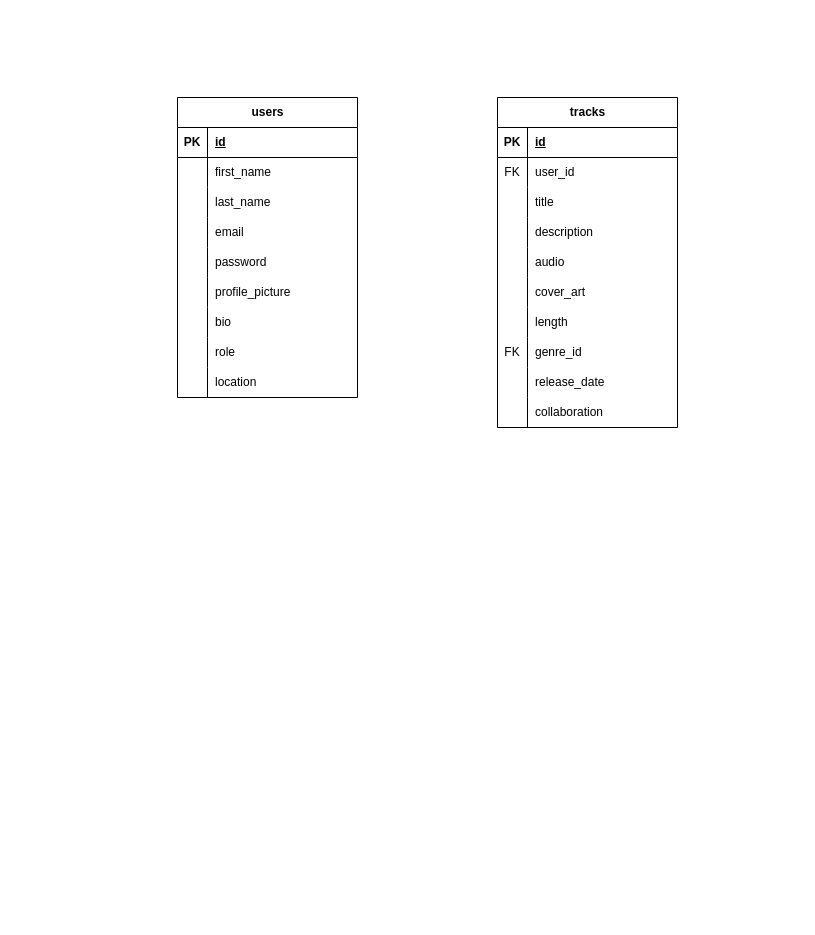
The draw.io diagram ERD.drawio in bitorsic/sek-jams, before the edit. Source tidied: cells renumbered, new cells numbered last; positions are measured from the earlier drawing's top-left corner, leaving out a move shared by most shapes. Both pictures are drawn from the tidied source at 100%, with x=0, y=0 at pixel (177, 97).
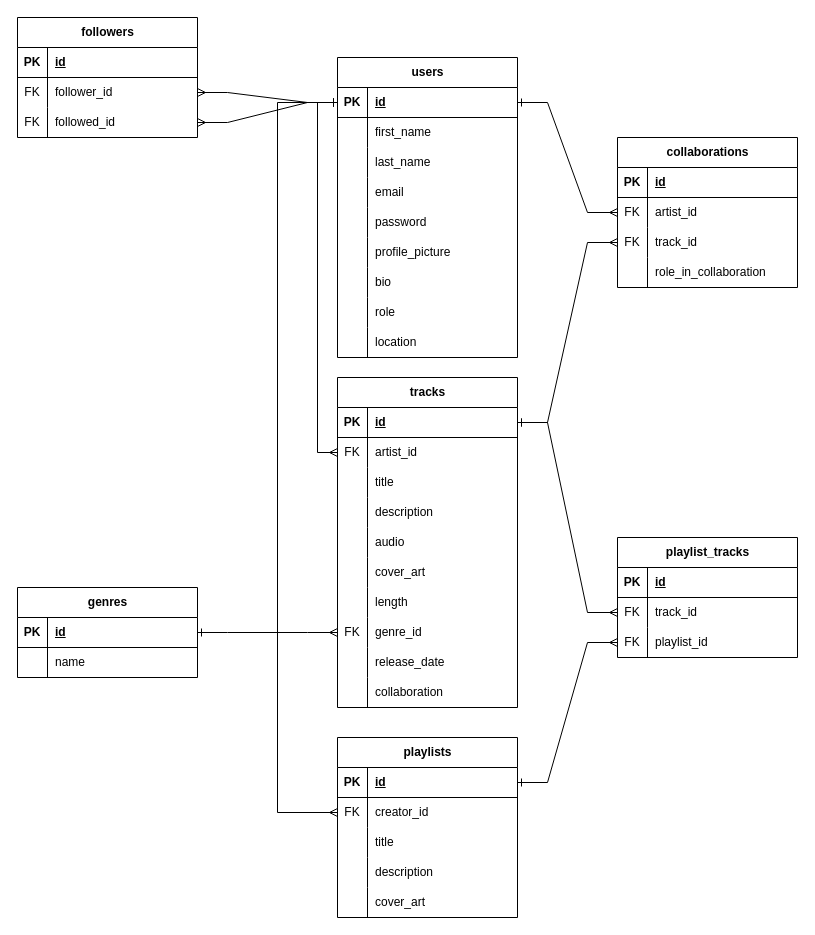
After the change.

Commit message:
ERD Complete

The change refers to these unchanged cells:
```xml
<mxCell id="3" style="shape=tableRow;horizontal=0;startSize=0;swimlaneHead=0;swimlaneBody=0;fillColor=none;points=[[0,0.5],[1,0.5]];portConstraint=eastwest;top=0;left=0;right=0;bottom=1;" parent="2" vertex="1">
  <mxGeometry y="30" width="180" height="30" as="geometry" />
</mxCell>
<mxCell id="31" style="shape=tableRow;horizontal=0;startSize=0;swimlaneHead=0;swimlaneBody=0;fillColor=none;points=[[0,0.5],[1,0.5]];portConstraint=eastwest;top=0;left=0;right=0;bottom=1;" parent="30" vertex="1">
  <mxGeometry y="30" width="180" height="30" as="geometry" />
</mxCell>
<mxCell id="34" style="shape=tableRow;horizontal=0;startSize=0;swimlaneHead=0;swimlaneBody=0;fillColor=none;points=[[0,0.5],[1,0.5]];portConstraint=eastwest;top=0;left=0;right=0;bottom=0;" parent="30" vertex="1">
  <mxGeometry y="60" width="180" height="30" as="geometry" />
</mxCell>
<mxCell id="52" style="shape=tableRow;horizontal=0;startSize=0;swimlaneHead=0;swimlaneBody=0;fillColor=none;points=[[0,0.5],[1,0.5]];portConstraint=eastwest;top=0;left=0;right=0;bottom=0;" parent="30" vertex="1">
  <mxGeometry y="240" width="180" height="30" as="geometry" />
</mxCell>
```

Change to the diagram source:
```diff
@@
     <mxCell id="2" value="users" style="shape=table;startSize=30;childLayout=tableLayout;rowLines=0;fontStyle=1;align=center;html=1;" parent="1" vertex="1">
-      <mxGeometry width="180" height="300" as="geometry" />
+      <mxGeometry x="160" y="-40" width="180" height="300" as="geometry" />
     </mxCell>
@@
     <mxCell id="30" value="tracks" style="shape=table;startSize=30;childLayout=tableLayout;rowLines=0;fontStyle=1;align=center;html=1;" parent="1" vertex="1">
-      <mxGeometry x="320" width="180" height="330" as="geometry" />
+      <mxGeometry x="160" y="280" width="180" height="330" as="geometry" />
     </mxCell>
@@
-    <mxCell id="36" value="user_id" style="shape=partialRectangle;fillColor=none;top=0;left=0;bottom=0;right=0;align=left;spacingLeft=6;overflow=hidden;whiteSpace=wrap;html=1;" parent="34" vertex="1">
+    <mxCell id="36" value="artist_id" style="shape=partialRectangle;fillColor=none;top=0;left=0;bottom=0;right=0;align=left;spacingLeft=6;overflow=hidden;whiteSpace=wrap;html=1;" parent="34" vertex="1">
       <mxGeometry x="30" width="150" height="30" as="geometry" />
     </mxCell>
@@
+    <mxCell id="61" value="genres" style="shape=table;startSize=30;childLayout=tableLayout;rowLines=0;fontStyle=1;align=center;html=1;" parent="1" vertex="1">
+      <mxGeometry x="-160" y="490" width="180" height="90" as="geometry" />
+    </mxCell>
+    <mxCell id="62" style="shape=tableRow;horizontal=0;startSize=0;swimlaneHead=0;swimlaneBody=0;fillColor=none;points=[[0,0.5],[1,0.5]];portConstraint=eastwest;top=0;left=0;right=0;bottom=1;" parent="61" vertex="1">
+      <mxGeometry y="30" width="180" height="30" as="geometry" />
+    </mxCell>
+    <mxCell id="63" value="PK" style="shape=partialRectangle;fillColor=none;top=0;left=0;bottom=0;right=0;fontStyle=1;overflow=hidden;whiteSpace=wrap;html=1;" parent="62" vertex="1">
+      <mxGeometry width="30" height="30" as="geometry" />
+    </mxCell>
+    <mxCell id="64" value="id" style="shape=partialRectangle;fillColor=none;top=0;left=0;bottom=0;right=0;align=left;spacingLeft=6;fontStyle=5;overflow=hidden;whiteSpace=wrap;html=1;" parent="62" vertex="1">
+      <mxGeometry x="30" width="150" height="30" as="geometry" />
+    </mxCell>
+    <mxCell id="65" style="shape=tableRow;horizontal=0;startSize=0;swimlaneHead=0;swimlaneBody=0;fillColor=none;top=0;left=0;right=0;bottom=0;" parent="61" vertex="1">
+      <mxGeometry y="60" width="180" height="30" as="geometry" />
+    </mxCell>
+    <mxCell id="66" style="shape=partialRectangle;fillColor=none;top=0;left=0;bottom=0;right=0;overflow=hidden;whiteSpace=wrap;html=1;" parent="65" vertex="1">
+      <mxGeometry width="30" height="30" as="geometry" />
+    </mxCell>
+    <mxCell id="67" value="name" style="shape=partialRectangle;fillColor=none;top=0;left=0;bottom=0;right=0;align=left;spacingLeft=6;overflow=hidden;whiteSpace=wrap;html=1;" parent="65" vertex="1">
+      <mxGeometry x="30" width="150" height="30" as="geometry" />
+    </mxCell>
+    <mxCell id="68" style="edgeStyle=entityRelationEdgeStyle;rounded=0;jettySize=auto;html=1;endArrow=ERone;endFill=0;startArrow=ERmany;startFill=0;" parent="1" edge="1" source="52" target="62">
+      <mxGeometry relative="1" as="geometry" />
+    </mxCell>
+    <mxCell id="69" value="followers" style="shape=table;startSize=30;childLayout=tableLayout;rowLines=0;fontStyle=1;align=center;html=1;" parent="1" vertex="1">
+      <mxGeometry x="-160" y="-80" width="180" height="120" as="geometry" />
+    </mxCell>
+    <mxCell id="70" style="shape=tableRow;horizontal=0;startSize=0;swimlaneHead=0;swimlaneBody=0;fillColor=none;top=0;left=0;right=0;bottom=1;" parent="69" vertex="1">
+      <mxGeometry y="30" width="180" height="30" as="geometry" />
+    </mxCell>
+    <mxCell id="71" value="PK" style="shape=partialRectangle;fillColor=none;top=0;left=0;bottom=0;right=0;fontStyle=1;overflow=hidden;whiteSpace=wrap;html=1;" parent="70" vertex="1">
+      <mxGeometry width="30" height="30" as="geometry" />
+    </mxCell>
+    <mxCell id="72" value="id" style="shape=partialRectangle;fillColor=none;top=0;left=0;bottom=0;right=0;align=left;spacingLeft=6;fontStyle=5;overflow=hidden;whiteSpace=wrap;html=1;" parent="70" vertex="1">
+      <mxGeometry x="30" width="150" height="30" as="geometry" />
+    </mxCell>
+    <mxCell id="73" style="shape=tableRow;horizontal=0;startSize=0;swimlaneHead=0;swimlaneBody=0;fillColor=none;points=[[0,0.5],[1,0.5]];portConstraint=eastwest;top=0;left=0;right=0;bottom=0;" parent="69" vertex="1">
+      <mxGeometry y="60" width="180" height="30" as="geometry" />
+    </mxCell>
+    <mxCell id="74" value="FK" style="shape=partialRectangle;fillColor=none;top=0;left=0;bottom=0;right=0;overflow=hidden;whiteSpace=wrap;html=1;" parent="73" vertex="1">
+      <mxGeometry width="30" height="30" as="geometry" />
+    </mxCell>
+    <mxCell id="75" value="follower_id" style="shape=partialRectangle;fillColor=none;top=0;left=0;bottom=0;right=0;align=left;spacingLeft=6;overflow=hidden;whiteSpace=wrap;html=1;" parent="73" vertex="1">
+      <mxGeometry x="30" width="150" height="30" as="geometry" />
+    </mxCell>
+    <mxCell id="76" style="shape=tableRow;horizontal=0;startSize=0;swimlaneHead=0;swimlaneBody=0;fillColor=none;points=[[0,0.5],[1,0.5]];portConstraint=eastwest;top=0;left=0;right=0;bottom=0;" parent="69" vertex="1">
+      <mxGeometry y="90" width="180" height="30" as="geometry" />
+    </mxCell>
+    <mxCell id="77" value="FK" style="shape=partialRectangle;fillColor=none;top=0;left=0;bottom=0;right=0;overflow=hidden;whiteSpace=wrap;html=1;" parent="76" vertex="1">
+      <mxGeometry width="30" height="30" as="geometry" />
+    </mxCell>
+    <mxCell id="78" value="followed_id" style="shape=partialRectangle;fillColor=none;top=0;left=0;bottom=0;right=0;align=left;spacingLeft=6;overflow=hidden;whiteSpace=wrap;html=1;" parent="76" vertex="1">
+      <mxGeometry x="30" width="150" height="30" as="geometry" />
+    </mxCell>
+    <mxCell id="79" style="edgeStyle=entityRelationEdgeStyle;rounded=0;jettySize=auto;html=1;endArrow=ERone;endFill=0;startArrow=ERmany;startFill=0;" parent="1" edge="1" source="76" target="3">
+      <mxGeometry relative="1" as="geometry" />
+    </mxCell>
+    <mxCell id="80" style="edgeStyle=entityRelationEdgeStyle;rounded=0;jettySize=auto;html=1;endArrow=ERone;endFill=0;startArrow=ERmany;startFill=0;" parent="1" edge="1" source="73" target="3">
+      <mxGeometry relative="1" as="geometry" />
+    </mxCell>
+    <mxCell id="81" value="collaborations" style="shape=table;startSize=30;childLayout=tableLayout;rowLines=0;fontStyle=1;align=center;html=1;" parent="1" vertex="1">
+      <mxGeometry x="440" y="40" width="180" height="150" as="geometry" />
+    </mxCell>
+    <mxCell id="82" style="shape=tableRow;horizontal=0;startSize=0;swimlaneHead=0;swimlaneBody=0;fillColor=none;top=0;left=0;right=0;bottom=1;" parent="81" vertex="1">
+      <mxGeometry y="30" width="180" height="30" as="geometry" />
+    </mxCell>
+    <mxCell id="83" value="PK" style="shape=partialRectangle;fillColor=none;top=0;left=0;bottom=0;right=0;fontStyle=1;overflow=hidden;whiteSpace=wrap;html=1;" parent="82" vertex="1">
+      <mxGeometry width="30" height="30" as="geometry" />
+    </mxCell>
+    <mxCell id="84" value="id" style="shape=partialRectangle;fillColor=none;top=0;left=0;bottom=0;right=0;align=left;spacingLeft=6;fontStyle=5;overflow=hidden;whiteSpace=wrap;html=1;" parent="82" vertex="1">
+      <mxGeometry x="30" width="150" height="30" as="geometry" />
+    </mxCell>
+    <mxCell id="85" style="shape=tableRow;horizontal=0;startSize=0;swimlaneHead=0;swimlaneBody=0;fillColor=none;points=[[0,0.5],[1,0.5]];portConstraint=eastwest;top=0;left=0;right=0;bottom=0;" parent="81" vertex="1">
+      <mxGeometry y="60" width="180" height="30" as="geometry" />
+    </mxCell>
+    <mxCell id="86" value="FK" style="shape=partialRectangle;fillColor=none;top=0;left=0;bottom=0;right=0;overflow=hidden;whiteSpace=wrap;html=1;" parent="85" vertex="1">
+      <mxGeometry width="30" height="30" as="geometry" />
+    </mxCell>
+    <mxCell id="87" value="artist_id" style="shape=partialRectangle;fillColor=none;top=0;left=0;bottom=0;right=0;align=left;spacingLeft=6;overflow=hidden;whiteSpace=wrap;html=1;" parent="85" vertex="1">
+      <mxGeometry x="30" width="150" height="30" as="geometry" />
+    </mxCell>
+    <mxCell id="88" style="shape=tableRow;horizontal=0;startSize=0;swimlaneHead=0;swimlaneBody=0;fillColor=none;points=[[0,0.5],[1,0.5]];portConstraint=eastwest;top=0;left=0;right=0;bottom=0;" parent="81" vertex="1">
+      <mxGeometry y="90" width="180" height="30" as="geometry" />
+    </mxCell>
+    <mxCell id="89" value="FK" style="shape=partialRectangle;fillColor=none;top=0;left=0;bottom=0;right=0;overflow=hidden;whiteSpace=wrap;html=1;" parent="88" vertex="1">
+      <mxGeometry width="30" height="30" as="geometry" />
+    </mxCell>
+    <mxCell id="90" value="track_id" style="shape=partialRectangle;fillColor=none;top=0;left=0;bottom=0;right=0;align=left;spacingLeft=6;overflow=hidden;whiteSpace=wrap;html=1;" parent="88" vertex="1">
+      <mxGeometry x="30" width="150" height="30" as="geometry" />
+    </mxCell>
+    <mxCell id="91" style="shape=tableRow;horizontal=0;startSize=0;swimlaneHead=0;swimlaneBody=0;fillColor=none;top=0;left=0;right=0;bottom=0;" parent="81" vertex="1">
+      <mxGeometry y="120" width="180" height="30" as="geometry" />
+    </mxCell>
+    <mxCell id="92" style="shape=partialRectangle;fillColor=none;top=0;left=0;bottom=0;right=0;overflow=hidden;whiteSpace=wrap;html=1;" parent="91" vertex="1">
+      <mxGeometry width="30" height="30" as="geometry" />
+    </mxCell>
+    <mxCell id="93" value="role_in_collaboration" style="shape=partialRectangle;fillColor=none;top=0;left=0;bottom=0;right=0;align=left;spacingLeft=6;overflow=hidden;whiteSpace=wrap;html=1;" parent="91" vertex="1">
+      <mxGeometry x="30" width="150" height="30" as="geometry" />
+    </mxCell>
+    <mxCell id="94" style="edgeStyle=entityRelationEdgeStyle;rounded=0;jettySize=auto;html=1;endArrow=ERone;endFill=0;startArrow=ERmany;startFill=0;" parent="1" edge="1" source="85" target="3">
+      <mxGeometry relative="1" as="geometry" />
+    </mxCell>
+    <mxCell id="95" style="edgeStyle=entityRelationEdgeStyle;rounded=0;jettySize=auto;html=1;endArrow=ERone;endFill=0;startArrow=ERmany;startFill=0;" parent="1" edge="1" source="88" target="31">
+      <mxGeometry relative="1" as="geometry" />
+    </mxCell>
+    <mxCell id="96" value="playlists" style="shape=table;startSize=30;childLayout=tableLayout;rowLines=0;fontStyle=1;align=center;html=1;" parent="1" vertex="1">
+      <mxGeometry x="160" y="640" width="180" height="180" as="geometry" />
+    </mxCell>
+    <mxCell id="97" style="shape=tableRow;horizontal=0;startSize=0;swimlaneHead=0;swimlaneBody=0;fillColor=none;points=[[0,0.5],[1,0.5]];portConstraint=eastwest;top=0;left=0;right=0;bottom=1;" parent="96" vertex="1">
+      <mxGeometry y="30" width="180" height="30" as="geometry" />
+    </mxCell>
+    <mxCell id="98" value="PK" style="shape=partialRectangle;fillColor=none;top=0;left=0;bottom=0;right=0;fontStyle=1;overflow=hidden;whiteSpace=wrap;html=1;" parent="97" vertex="1">
+      <mxGeometry width="30" height="30" as="geometry" />
+    </mxCell>
+    <mxCell id="99" value="id" style="shape=partialRectangle;fillColor=none;top=0;left=0;bottom=0;right=0;align=left;spacingLeft=6;fontStyle=5;overflow=hidden;whiteSpace=wrap;html=1;" parent="97" vertex="1">
+      <mxGeometry x="30" width="150" height="30" as="geometry" />
+    </mxCell>
+    <mxCell id="100" style="shape=tableRow;horizontal=0;startSize=0;swimlaneHead=0;swimlaneBody=0;fillColor=none;points=[[0,0.5],[1,0.5]];portConstraint=eastwest;top=0;left=0;right=0;bottom=0;" parent="96" vertex="1">
+      <mxGeometry y="60" width="180" height="30" as="geometry" />
+    </mxCell>
+    <mxCell id="101" value="FK" style="shape=partialRectangle;fillColor=none;top=0;left=0;bottom=0;right=0;overflow=hidden;whiteSpace=wrap;html=1;" parent="100" vertex="1">
+      <mxGeometry width="30" height="30" as="geometry" />
+    </mxCell>
+    <mxCell id="102" value="creator_id" style="shape=partialRectangle;fillColor=none;top=0;left=0;bottom=0;right=0;align=left;spacingLeft=6;overflow=hidden;whiteSpace=wrap;html=1;" parent="100" vertex="1">
+      <mxGeometry x="30" width="150" height="30" as="geometry" />
+    </mxCell>
+    <mxCell id="103" style="shape=tableRow;horizontal=0;startSize=0;swimlaneHead=0;swimlaneBody=0;fillColor=none;top=0;left=0;right=0;bottom=0;" parent="96" vertex="1">
+      <mxGeometry y="90" width="180" height="30" as="geometry" />
+    </mxCell>
+    <mxCell id="104" style="shape=partialRectangle;fillColor=none;top=0;left=0;bottom=0;right=0;overflow=hidden;whiteSpace=wrap;html=1;" parent="103" vertex="1">
+      <mxGeometry width="30" height="30" as="geometry" />
+    </mxCell>
+    <mxCell id="105" value="title" style="shape=partialRectangle;fillColor=none;top=0;left=0;bottom=0;right=0;align=left;spacingLeft=6;overflow=hidden;whiteSpace=wrap;html=1;" parent="103" vertex="1">
+      <mxGeometry x="30" width="150" height="30" as="geometry" />
+    </mxCell>
+    <mxCell id="106" style="shape=tableRow;horizontal=0;startSize=0;swimlaneHead=0;swimlaneBody=0;fillColor=none;top=0;left=0;right=0;bottom=0;" parent="96" vertex="1">
+      <mxGeometry y="120" width="180" height="30" as="geometry" />
+    </mxCell>
+    <mxCell id="107" style="shape=partialRectangle;fillColor=none;top=0;left=0;bottom=0;right=0;overflow=hidden;whiteSpace=wrap;html=1;" parent="106" vertex="1">
+      <mxGeometry width="30" height="30" as="geometry" />
+    </mxCell>
+    <mxCell id="108" value="description" style="shape=partialRectangle;fillColor=none;top=0;left=0;bottom=0;right=0;align=left;spacingLeft=6;overflow=hidden;whiteSpace=wrap;html=1;" parent="106" vertex="1">
+      <mxGeometry x="30" width="150" height="30" as="geometry" />
+    </mxCell>
+    <mxCell id="109" style="shape=tableRow;horizontal=0;startSize=0;swimlaneHead=0;swimlaneBody=0;fillColor=none;top=0;left=0;right=0;bottom=0;" parent="96" vertex="1">
+      <mxGeometry y="150" width="180" height="30" as="geometry" />
+    </mxCell>
+    <mxCell id="110" style="shape=partialRectangle;fillColor=none;top=0;left=0;bottom=0;right=0;overflow=hidden;whiteSpace=wrap;html=1;" parent="109" vertex="1">
+      <mxGeometry width="30" height="30" as="geometry" />
+    </mxCell>
+    <mxCell id="111" value="cover_art" style="shape=partialRectangle;fillColor=none;top=0;left=0;bottom=0;right=0;align=left;spacingLeft=6;overflow=hidden;whiteSpace=wrap;html=1;" parent="109" vertex="1">
+      <mxGeometry x="30" width="150" height="30" as="geometry" />
+    </mxCell>
+    <mxCell id="112" value="playlist_tracks" style="shape=table;startSize=30;childLayout=tableLayout;rowLines=0;fontStyle=1;align=center;html=1;" parent="1" vertex="1">
+      <mxGeometry x="440" y="440" width="180" height="120" as="geometry" />
+    </mxCell>
+    <mxCell id="113" style="shape=tableRow;horizontal=0;startSize=0;swimlaneHead=0;swimlaneBody=0;fillColor=none;top=0;left=0;right=0;bottom=1;" parent="112" vertex="1">
+      <mxGeometry y="30" width="180" height="30" as="geometry" />
+    </mxCell>
+    <mxCell id="114" value="PK" style="shape=partialRectangle;fillColor=none;top=0;left=0;bottom=0;right=0;fontStyle=1;overflow=hidden;whiteSpace=wrap;html=1;" parent="113" vertex="1">
+      <mxGeometry width="30" height="30" as="geometry" />
+    </mxCell>
+    <mxCell id="115" value="id" style="shape=partialRectangle;fillColor=none;top=0;left=0;bottom=0;right=0;align=left;spacingLeft=6;fontStyle=5;overflow=hidden;whiteSpace=wrap;html=1;" parent="113" vertex="1">
+      <mxGeometry x="30" width="150" height="30" as="geometry" />
+    </mxCell>
+    <mxCell id="116" style="shape=tableRow;horizontal=0;startSize=0;swimlaneHead=0;swimlaneBody=0;fillColor=none;points=[[0,0.5],[1,0.5]];portConstraint=eastwest;top=0;left=0;right=0;bottom=0;" parent="112" vertex="1">
+      <mxGeometry y="60" width="180" height="30" as="geometry" />
+    </mxCell>
+    <mxCell id="117" value="FK" style="shape=partialRectangle;fillColor=none;top=0;left=0;bottom=0;right=0;overflow=hidden;whiteSpace=wrap;html=1;" parent="116" vertex="1">
+      <mxGeometry width="30" height="30" as="geometry" />
+    </mxCell>
+    <mxCell id="118" value="track_id" style="shape=partialRectangle;fillColor=none;top=0;left=0;bottom=0;right=0;align=left;spacingLeft=6;overflow=hidden;whiteSpace=wrap;html=1;" parent="116" vertex="1">
+      <mxGeometry x="30" width="150" height="30" as="geometry" />
+    </mxCell>
+    <mxCell id="119" style="shape=tableRow;horizontal=0;startSize=0;swimlaneHead=0;swimlaneBody=0;fillColor=none;points=[[0,0.5],[1,0.5]];portConstraint=eastwest;top=0;left=0;right=0;bottom=0;" parent="112" vertex="1">
+      <mxGeometry y="90" width="180" height="30" as="geometry" />
+    </mxCell>
+    <mxCell id="120" value="FK" style="shape=partialRectangle;fillColor=none;top=0;left=0;bottom=0;right=0;overflow=hidden;whiteSpace=wrap;html=1;" parent="119" vertex="1">
+      <mxGeometry width="30" height="30" as="geometry" />
+    </mxCell>
+    <mxCell id="121" value="playlist_id" style="shape=partialRectangle;fillColor=none;top=0;left=0;bottom=0;right=0;align=left;spacingLeft=6;overflow=hidden;whiteSpace=wrap;html=1;" parent="119" vertex="1">
+      <mxGeometry x="30" width="150" height="30" as="geometry" />
+    </mxCell>
+    <mxCell id="122" style="edgeStyle=entityRelationEdgeStyle;rounded=0;jettySize=auto;html=1;endArrow=ERone;endFill=0;startArrow=ERmany;startFill=0;" parent="1" edge="1" source="119" target="97">
+      <mxGeometry relative="1" as="geometry" />
+    </mxCell>
+    <mxCell id="123" style="edgeStyle=entityRelationEdgeStyle;rounded=0;jettySize=auto;html=1;endArrow=ERone;endFill=0;startArrow=ERmany;startFill=0;" parent="1" edge="1" source="116" target="31">
+      <mxGeometry relative="1" as="geometry" />
+    </mxCell>
+    <mxCell id="124" style="edgeStyle=orthogonalEdgeStyle;rounded=0;jettySize=auto;html=1;endArrow=ERone;endFill=0;startArrow=ERmany;startFill=0;entryX=0;entryY=0.5;entryDx=0;entryDy=0;" parent="1" edge="1" source="100" target="3">
+      <mxGeometry relative="1" as="geometry">
+        <Array as="points">
+          <mxPoint x="100" y="715" />
+          <mxPoint x="100" y="5" />
+        </Array>
+      </mxGeometry>
+    </mxCell>
+    <mxCell id="125" style="edgeStyle=orthogonalEdgeStyle;rounded=0;jettySize=auto;html=1;endArrow=ERone;endFill=0;startArrow=ERmany;startFill=0;" parent="1" edge="1" source="34" target="3">
+      <mxGeometry relative="1" as="geometry">
+        <Array as="points">
+          <mxPoint x="140" y="355" />
+          <mxPoint x="140" y="5" />
+        </Array>
+      </mxGeometry>
+    </mxCell>
```
